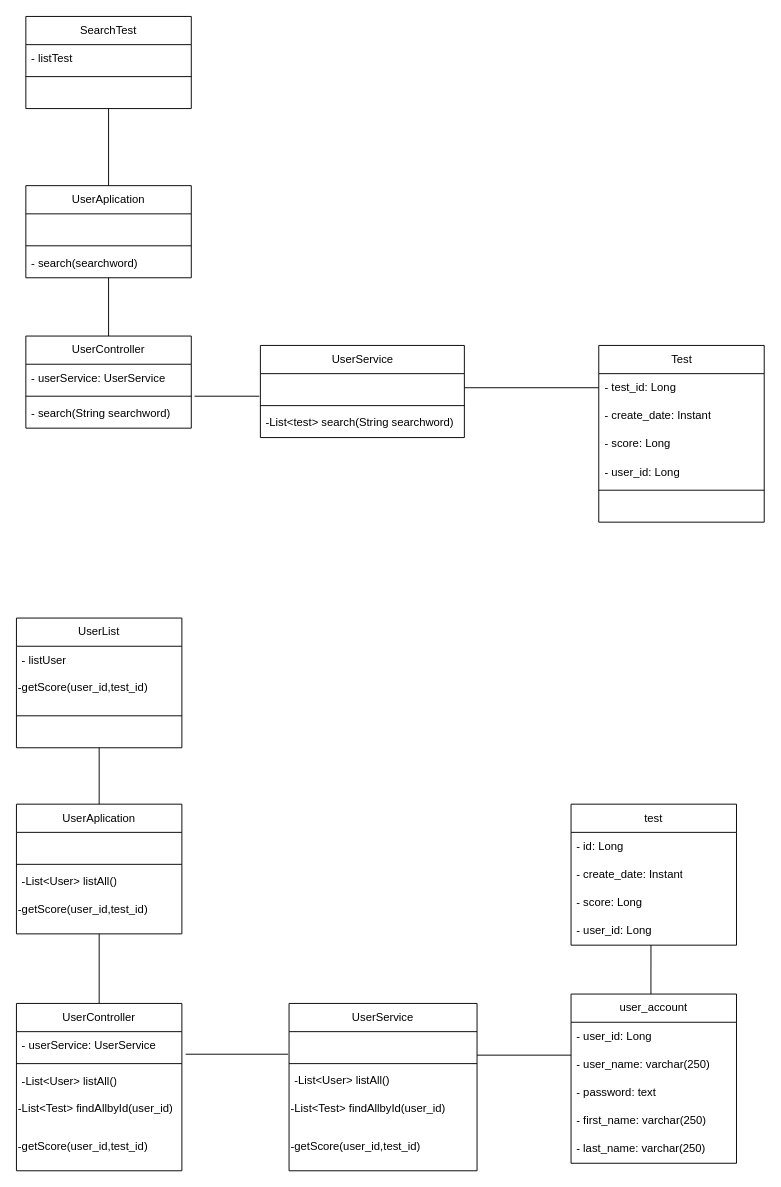
Above: page "Phong" (7 of 7) of Doc/Untitled Diagram.drawio in SWD392/SmallQuiz (draw.io), before the change. Source tidied: cells renumbered, new cells numbered last; positions are measured from the earlier drawing's top-left corner, leaving out a move shared by most shapes. Both pictures are drawn from the tidied source at 94%, with x=0, y=0 at pixel (16, 16).
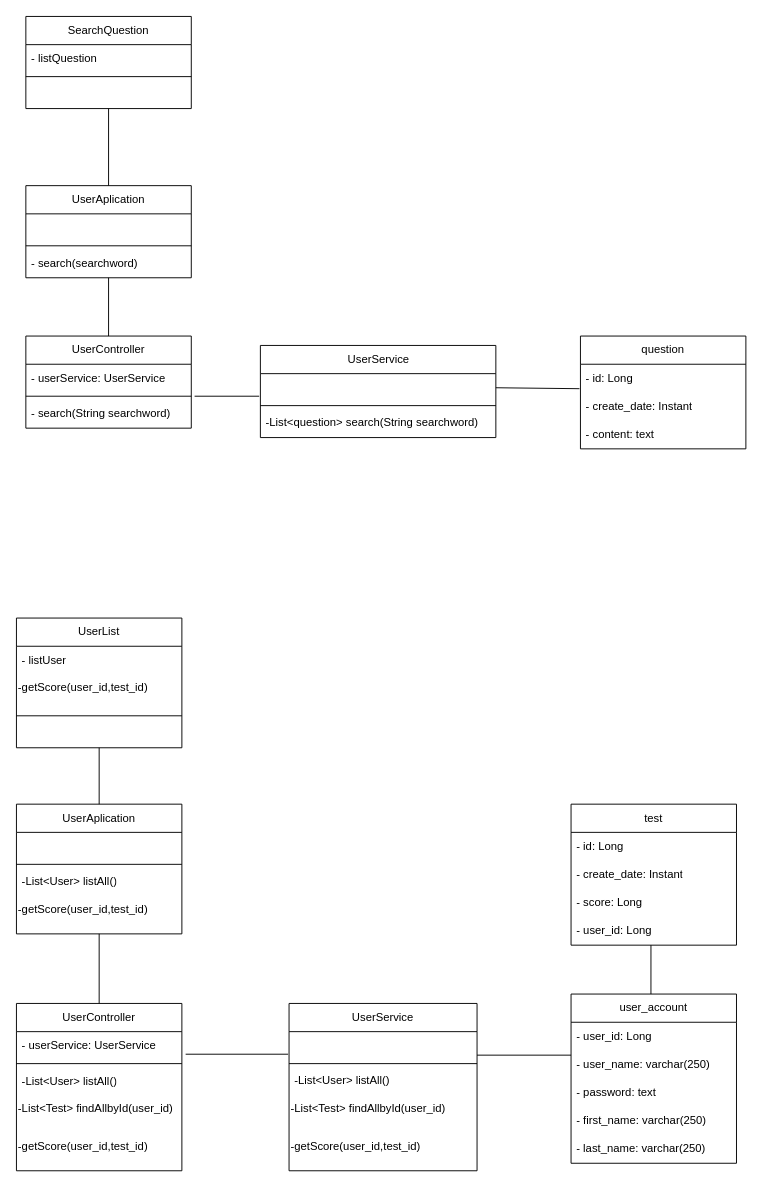
After the change.

Diff of the diagram source:
```diff
@@
-    <mxCell id="2" value="Test" style="swimlane;fontStyle=0;horizontal=1;startSize=30;whiteSpace=wrap;html=1;" parent="1" vertex="1">
-      <mxGeometry x="619.5" y="350" width="176" height="188" as="geometry" />
-    </mxCell>
-    <mxCell id="3" value="- test_id: Long" style="text;strokeColor=none;fillColor=none;align=left;verticalAlign=middle;spacingLeft=4;spacingRight=4;overflow=hidden;points=[[0,0.5],[1,0.5]];portConstraint=eastwest;whiteSpace=wrap;html=1;" parent="2" vertex="1">
-      <mxGeometry y="30" width="176" height="30" as="geometry" />
-    </mxCell>
-    <mxCell id="4" value="- create_date: Instant" style="text;strokeColor=none;fillColor=none;align=left;verticalAlign=middle;spacingLeft=4;spacingRight=4;overflow=hidden;whiteSpace=wrap;html=1;" parent="2" vertex="1">
-      <mxGeometry y="60" width="176" height="30" as="geometry" />
-    </mxCell>
-    <mxCell id="5" value="- score: Long" style="text;strokeColor=none;fillColor=none;align=left;verticalAlign=middle;spacingLeft=4;spacingRight=4;overflow=hidden;whiteSpace=wrap;html=1;" parent="2" vertex="1">
-      <mxGeometry y="90" width="176" height="30" as="geometry" />
-    </mxCell>
-    <mxCell id="6" value="- user_id: Long" style="text;strokeColor=none;fillColor=none;align=left;verticalAlign=middle;spacingLeft=4;spacingRight=4;overflow=hidden;whiteSpace=wrap;html=1;" parent="2" vertex="1">
-      <mxGeometry y="120" width="176" height="30" as="geometry" />
-    </mxCell>
-    <mxCell id="7" style="line;strokeWidth=1;fillColor=none;align=left;verticalAlign=middle;spacingTop=-1;spacingLeft=3;spacingRight=3;labelPosition=right;strokeColor=inherit;fontFamily=Helvetica;fontSize=12;fontColor=default;html=1;" parent="2" vertex="1">
-      <mxGeometry y="150" width="176" height="8" as="geometry" />
-    </mxCell>
-    <mxCell id="8" value="   " style="text;strokeColor=none;fillColor=none;spacingLeft=4;spacingRight=4;overflow=hidden;fontSize=12;" parent="2" vertex="1">
-      <mxGeometry y="158" width="176" height="30" as="geometry" />
-    </mxCell>
     <mxCell id="9" value="UserService" style="swimlane;fontStyle=0;horizontal=1;startSize=30;whiteSpace=wrap;html=1;" parent="1" vertex="1">
-      <mxGeometry x="259.5" y="350" width="217" height="98" as="geometry" />
+      <mxGeometry x="259.5" y="350" width="250.5" height="98" as="geometry" />
     </mxCell>
     <mxCell id="10" value="&amp;nbsp; &amp;nbsp;&amp;nbsp;" style="text;strokeColor=none;fillColor=none;align=left;verticalAlign=middle;spacingLeft=4;spacingRight=4;overflow=hidden;points=[[0,0.5],[1,0.5]];portConstraint=eastwest;whiteSpace=wrap;html=1;" parent="9" vertex="1">
-      <mxGeometry y="30" width="217" height="30" as="geometry" />
+      <mxGeometry y="30" width="250.5" height="30" as="geometry" />
     </mxCell>
     <mxCell id="11" style="line;strokeWidth=1;fillColor=none;align=left;verticalAlign=middle;spacingTop=-1;spacingLeft=3;spacingRight=3;labelPosition=right;strokeColor=inherit;fontFamily=Helvetica;fontSize=12;fontColor=default;html=1;" parent="9" vertex="1">
-      <mxGeometry y="60" width="217" height="8" as="geometry" />
+      <mxGeometry y="60" width="250.5" height="8" as="geometry" />
     </mxCell>
-    <mxCell id="12" value="-List&lt;test&gt; search(String searchword)" style="text;strokeColor=none;fillColor=none;spacingLeft=4;spacingRight=4;overflow=hidden;fontSize=12;" parent="9" vertex="1">
-      <mxGeometry y="68" width="217" height="30" as="geometry" />
+    <mxCell id="12" value="-List&lt;question&gt; search(String searchword)" style="text;strokeColor=none;fillColor=none;spacingLeft=4;spacingRight=4;overflow=hidden;fontSize=12;" parent="9" vertex="1">
+      <mxGeometry y="68" width="250.5" height="30" as="geometry" />
     </mxCell>
@@
-    <mxCell id="21" value="SearchTest" style="swimlane;fontStyle=0;horizontal=1;startSize=30;whiteSpace=wrap;html=1;" parent="1" vertex="1">
+    <mxCell id="21" value="SearchQuestion" style="swimlane;fontStyle=0;horizontal=1;startSize=30;whiteSpace=wrap;html=1;" parent="1" vertex="1">
       <mxGeometry x="10" width="176" height="98" as="geometry" />
     </mxCell>
-    <mxCell id="22" value="- listTest&amp;nbsp;" style="text;strokeColor=none;fillColor=none;align=left;verticalAlign=middle;spacingLeft=4;spacingRight=4;overflow=hidden;whiteSpace=wrap;html=1;" parent="21" vertex="1">
+    <mxCell id="22" value="- listQuestion" style="text;strokeColor=none;fillColor=none;align=left;verticalAlign=middle;spacingLeft=4;spacingRight=4;overflow=hidden;whiteSpace=wrap;html=1;" parent="21" vertex="1">
       <mxGeometry y="30" width="176" height="30" as="geometry" />
     </mxCell>
@@
-    <mxCell id="25" style="endArrow=none;html=1;rounded=0;entryX=0;entryY=0.5;entryDx=0;entryDy=0;exitX=1;exitY=0.5;exitDx=0;exitDy=0;" parent="1" edge="1" source="10" target="3">
+    <mxCell id="25" style="endArrow=none;html=1;rounded=0;entryX=-0.006;entryY=0.867;entryDx=0;entryDy=0;exitX=1;exitY=0.5;exitDx=0;exitDy=0;entryPerimeter=0;" parent="1" edge="1" source="10" target="68">
       <mxGeometry relative="1" as="geometry" />
     </mxCell>
@@
+    <mxCell id="67" value="question" style="swimlane;fontStyle=0;horizontal=1;startSize=30;whiteSpace=wrap;html=1;" parent="1" vertex="1">
+      <mxGeometry x="600" y="340" width="176" height="120" as="geometry" />
+    </mxCell>
+    <mxCell id="68" value="- id: Long" style="text;strokeColor=none;fillColor=none;align=left;verticalAlign=middle;spacingLeft=4;spacingRight=4;overflow=hidden;points=[[0,0.5],[1,0.5]];portConstraint=eastwest;whiteSpace=wrap;html=1;" parent="67" vertex="1">
+      <mxGeometry y="30" width="176" height="30" as="geometry" />
+    </mxCell>
+    <mxCell id="4" value="- create_date: Instant" style="text;strokeColor=none;fillColor=none;align=left;verticalAlign=middle;spacingLeft=4;spacingRight=4;overflow=hidden;whiteSpace=wrap;html=1;" parent="67" vertex="1">
+      <mxGeometry y="60" width="176" height="30" as="geometry" />
+    </mxCell>
+    <mxCell id="69" value="- content: text" style="text;strokeColor=none;fillColor=none;align=left;verticalAlign=middle;spacingLeft=4;spacingRight=4;overflow=hidden;whiteSpace=wrap;html=1;" parent="67" vertex="1">
+      <mxGeometry y="90" width="176" height="30" as="geometry" />
+    </mxCell>
```
